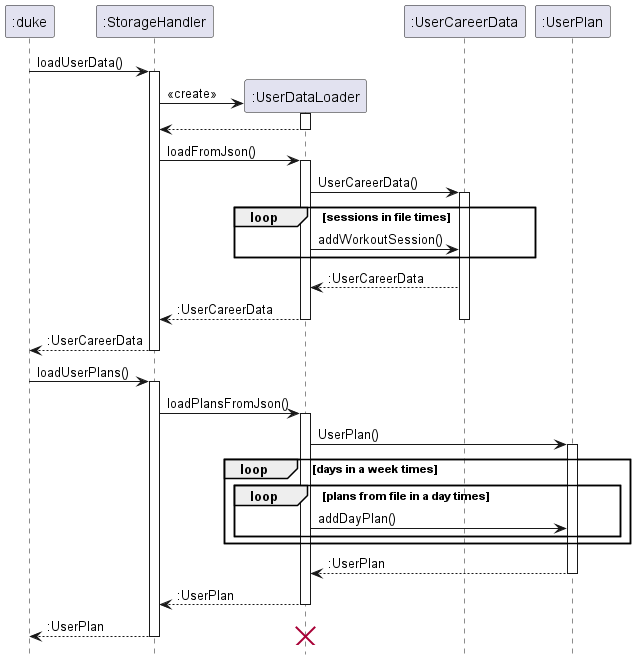
This is docs/UML/Images/LoadingUserCareerData.png from nus-cs2113-AY2223S2/tp, a PlantUML export, as it was before one commit.
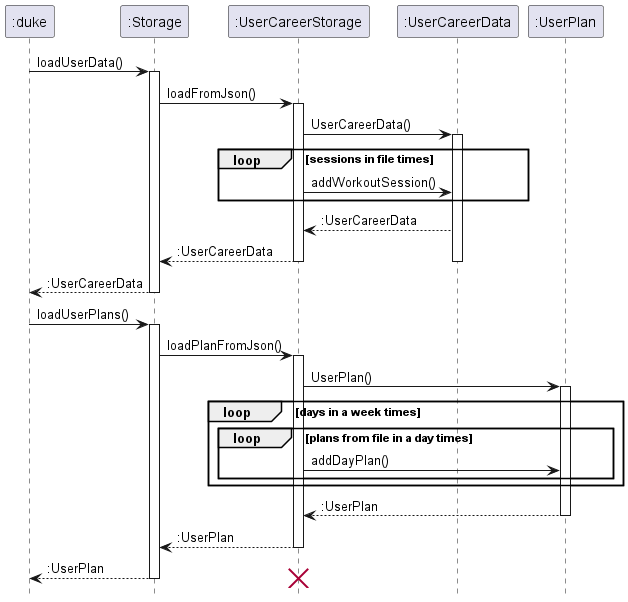
The same file after the commit.

The edit, as a diff of the source:
```diff
@@ -1,47 +1,42 @@
 @startuml
 hide footbox
-":duke" -> ":StorageHandler" : loadUserData()
-activate ":StorageHandler"
-create ":UserDataLoader"
+":duke" -> ":Storage" : loadUserData()
+activate ":Storage"
 
-":StorageHandler" -> ":UserDataLoader" : <<create>>
-activate ":UserDataLoader"
-":UserDataLoader" --> ":StorageHandler"
-deactivate ":UserDataLoader"
 
-    ":StorageHandler" -> ":UserDataLoader": loadFromJson()
-    activate ":UserDataLoader"
-        ":UserDataLoader"-> ":UserCareerData": UserCareerData()
+    ":Storage" -> ":UserCareerStorage": loadFromJson()
+    activate ":UserCareerStorage"
+        ":UserCareerStorage"-> ":UserCareerData": UserCareerData()
         activate ":UserCareerData"
             loop sessions in file times
-                ":UserDataLoader" -> ":UserCareerData" : addWorkoutSession()
+                ":UserCareerStorage" -> ":UserCareerData" : addWorkoutSession()
             end
-            ":UserCareerData" --> ":UserDataLoader" : :UserCareerData
-        ":UserDataLoader" --> ":StorageHandler" : :UserCareerData
+            ":UserCareerData" --> ":UserCareerStorage" : :UserCareerData
+        ":UserCareerStorage" --> ":Storage" : :UserCareerData
     deactivate ":UserCareerData"
-    deactivate ":UserDataLoader"
-    ":StorageHandler" --> ":duke" : :UserCareerData
-deactivate ":StorageHandler"
-":duke" -> ":StorageHandler" : loadUserPlans()
-    activate ":StorageHandler"
+    deactivate ":UserCareerStorage"
+    ":Storage" --> ":duke" : :UserCareerData
+deactivate ":Storage"
+":duke" -> ":Storage" : loadUserPlans()
+    activate ":Storage"
 
-    ":StorageHandler" -> ":UserDataLoader" : loadPlansFromJson()
-    activate ":UserDataLoader"
-    ":UserDataLoader" -> ":UserPlan" : UserPlan()
+    ":Storage" -> ":UserCareerStorage" : loadPlanFromJson()
+    activate ":UserCareerStorage"
+    ":UserCareerStorage" -> ":UserPlan" : UserPlan()
     activate ":UserPlan"
     loop days in a week times
             loop plans from file in a day times
-                ":UserDataLoader" -> ":UserPlan" : addDayPlan()
+                ":UserCareerStorage" -> ":UserPlan" : addDayPlan()
             end
     end
-    ":UserPlan" --> ":UserDataLoader" : :UserPlan
+    ":UserPlan" --> ":UserCareerStorage" : :UserPlan
     deactivate ":UserPlan"
-    ":UserDataLoader" --> ":StorageHandler" : :UserPlan
-    deactivate ":UserDataLoader"
-    ":StorageHandler" --> ":duke" : :UserPlan
-    destroy ":UserDataLoader"
+    ":UserCareerStorage" --> ":Storage" : :UserPlan
+    deactivate ":UserCareerStorage"
+    ":Storage" --> ":duke" : :UserPlan
+    destroy ":UserCareerStorage"
 
-deactivate ":StorageHandler"
+deactivate ":Storage"
 
 
 @enduml
```
